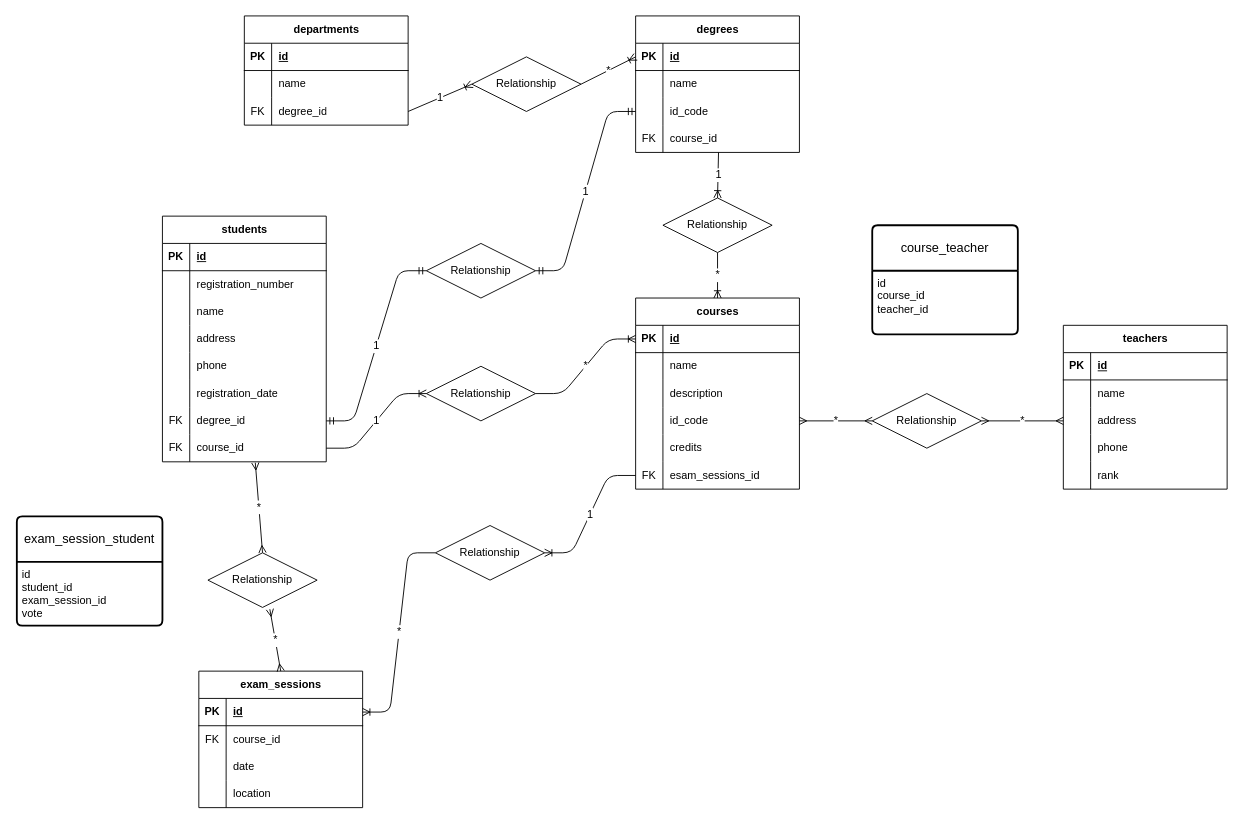
andrea-pugliatti/db-university keeps this draw.io diagram as DIAGRAM.drawio. Above is the earlier version. Source tidied: cells renumbered, new cells numbered last; positions are measured from the earlier drawing's top-left corner, leaving out a move shared by most shapes. Both pictures are drawn from the tidied source at 91%, with x=0, y=0 at pixel (16, 15).
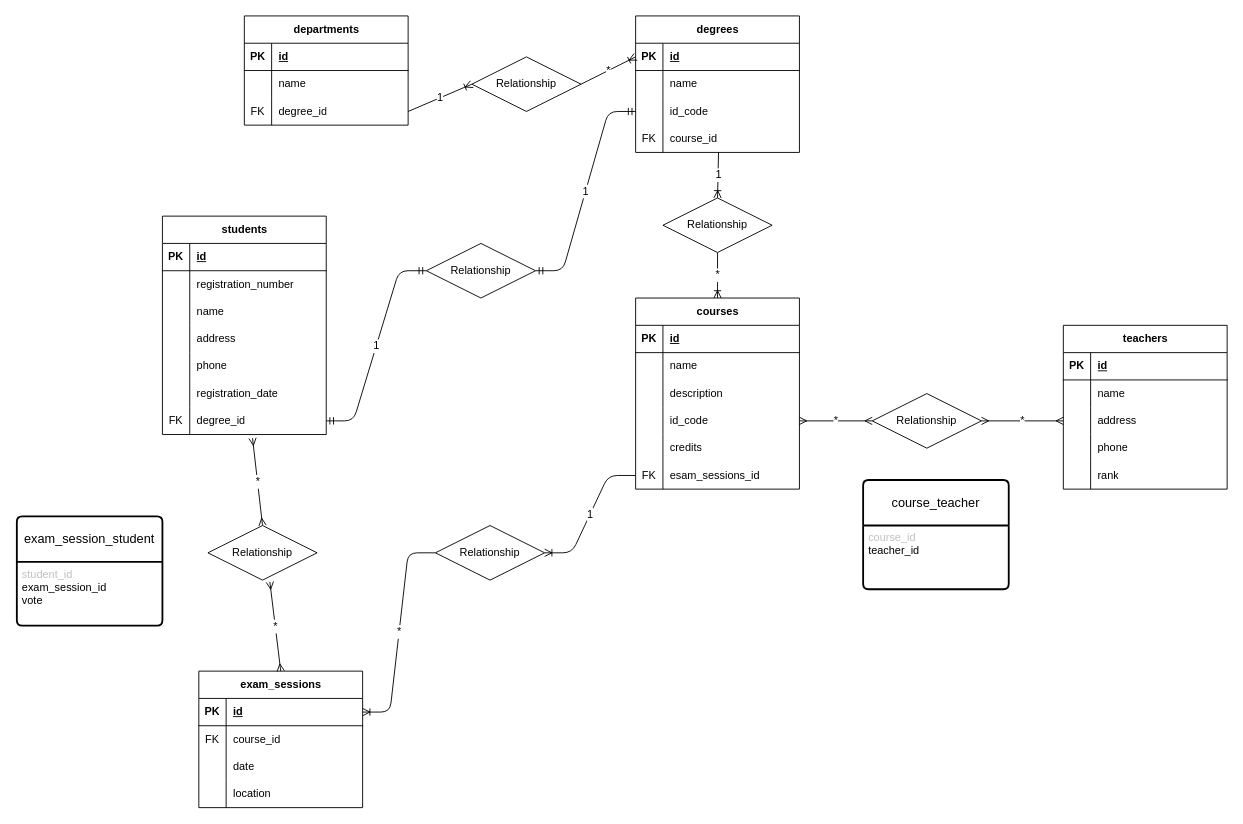
The same diagram, later.

Commit message (it also covers changes not shown here):
Remove relationship between course and student

Unchanged cells that the change refers to:
```xml
<mxCell id="26" style="shape=tableRow;horizontal=0;startSize=0;swimlaneHead=0;swimlaneBody=0;fillColor=none;points=[[0,0.5],[1,0.5]];portConstraint=eastwest;top=0;left=0;right=0;bottom=1;" parent="25" vertex="1">
  <mxGeometry y="30" width="180" height="30" as="geometry" />
</mxCell>
<mxCell id="94" style="shape=tableRow;horizontal=0;startSize=0;swimlaneHead=0;swimlaneBody=0;fillColor=none;points=[[0,0.5],[1,0.5]];portConstraint=eastwest;top=0;left=0;right=0;bottom=0;" parent="75" vertex="1">
  <mxGeometry y="210" width="180" height="30" as="geometry" />
</mxCell>
<mxCell id="100" value="exam_session_student" style="swimlane;horizontal=1;startSize=50;rounded=1;fontSize=14;fontStyle=0;strokeWidth=2;shadow=0;dashed=0;align=center;arcSize=4;whiteSpace=wrap;html=1;" parent="1" vertex="1">
  <mxGeometry y="550" width="160" height="120" as="geometry" />
</mxCell>
```

What changed in the source:
```diff
@@
     <mxCell id="60" value="course_teacher" style="swimlane;horizontal=1;startSize=50;rounded=1;fontSize=14;fontStyle=0;strokeWidth=2;shadow=0;dashed=0;align=center;arcSize=4;whiteSpace=wrap;html=1;" parent="1" vertex="1">
-      <mxGeometry x="940" y="230" width="160" height="120" as="geometry" />
+      <mxGeometry x="930" y="510" width="160" height="120" as="geometry" />
     </mxCell>
-    <mxCell id="61" value="id&lt;div&gt;course_id&lt;/div&gt;&lt;div&gt;teacher_id&lt;/div&gt;" style="align=left;strokeColor=none;fillColor=none;spacingLeft=4;fontSize=12;verticalAlign=top;html=1;" parent="60" vertex="1">
+    <mxCell id="61" value="&lt;span style=&quot;color: rgb(192, 192, 192); background-color: transparent;&quot;&gt;course_id&lt;/span&gt;&lt;div&gt;teacher_id&lt;/div&gt;" style="align=left;strokeColor=none;fillColor=none;spacingLeft=4;fontSize=12;verticalAlign=top;html=1;" parent="60" vertex="1">
       <mxGeometry y="50" width="160" height="70" as="geometry" />
     </mxCell>
@@
     <mxCell id="75" value="students" style="shape=table;startSize=30;childLayout=tableLayout;rowLines=0;fontStyle=1;align=center;html=1;" parent="1" vertex="1">
-      <mxGeometry x="160" y="220" width="180" height="270" as="geometry" />
+      <mxGeometry x="160" y="220" width="180" height="240" as="geometry" />
     </mxCell>
@@
-    <mxCell id="97" style="shape=tableRow;horizontal=0;startSize=0;swimlaneHead=0;swimlaneBody=0;fillColor=none;points=[[0,0.5],[1,0.5]];portConstraint=eastwest;top=0;left=0;right=0;bottom=0;" parent="75" vertex="1">
-      <mxGeometry y="240" width="180" height="30" as="geometry" />
-    </mxCell>
-    <mxCell id="98" value="FK" style="shape=partialRectangle;fillColor=none;top=0;left=0;bottom=0;right=0;overflow=hidden;whiteSpace=wrap;html=1;" parent="97" vertex="1">
-      <mxGeometry width="30" height="30" as="geometry" />
-    </mxCell>
-    <mxCell id="99" value="course_id" style="shape=partialRectangle;fillColor=none;top=0;left=0;bottom=0;right=0;align=left;spacingLeft=6;overflow=hidden;whiteSpace=wrap;html=1;" parent="97" vertex="1">
-      <mxGeometry x="30" width="150" height="30" as="geometry" />
-    </mxCell>
@@
-    <mxCell id="101" value="id&lt;div&gt;student_id&lt;/div&gt;&lt;div&gt;exam_session_id&lt;/div&gt;&lt;div&gt;vote&lt;/div&gt;" style="align=left;strokeColor=none;fillColor=none;spacingLeft=4;fontSize=12;verticalAlign=top;html=1;" parent="100" vertex="1">
+    <mxCell id="101" value="&lt;span style=&quot;color: rgb(192, 192, 192); background-color: transparent;&quot;&gt;student_id&lt;/span&gt;&lt;div&gt;exam_session_id&lt;/div&gt;&lt;div&gt;vote&lt;/div&gt;" style="align=left;strokeColor=none;fillColor=none;spacingLeft=4;fontSize=12;verticalAlign=top;html=1;" parent="100" vertex="1">
       <mxGeometry y="50" width="160" height="70" as="geometry" />
     </mxCell>
@@
-    <mxCell id="114" value="*" style="fontSize=12;html=1;endArrow=ERoneToMany;exitX=1;exitY=0.5;exitDx=0;exitDy=0;entryX=0;entryY=0.5;entryDx=0;entryDy=0;edgeStyle=entityRelationEdgeStyle;" parent="1" edge="1" source="116" target="26">
-      <mxGeometry relative="1" as="geometry" />
-    </mxCell>
-    <mxCell id="115" value="1" style="fontSize=12;html=1;endArrow=ERoneToMany;exitX=1;exitY=0.5;exitDx=0;exitDy=0;entryX=0;entryY=0.5;entryDx=0;entryDy=0;edgeStyle=entityRelationEdgeStyle;" parent="1" edge="1" source="97" target="116">
-      <mxGeometry relative="1" as="geometry" />
-    </mxCell>
-    <mxCell id="116" value="Relationship" style="shape=rhombus;perimeter=rhombusPerimeter;whiteSpace=wrap;html=1;align=center;" parent="1" vertex="1">
-      <mxGeometry x="450" y="385" width="120" height="60" as="geometry" />
-    </mxCell>
@@
-    <mxCell id="120" value="*" style="fontSize=12;html=1;endArrow=ERmany;startArrow=ERmany;entryX=0.567;entryY=1.033;entryDx=0;entryDy=0;entryPerimeter=0;exitX=0.5;exitY=0;exitDx=0;exitDy=0;" parent="1" edge="1" source="122" target="97">
+    <mxCell id="120" value="*" style="fontSize=12;html=1;endArrow=ERmany;startArrow=ERmany;entryX=0.55;entryY=1.133;entryDx=0;entryDy=0;entryPerimeter=0;exitX=0.5;exitY=0;exitDx=0;exitDy=0;" parent="1" edge="1" source="122" target="94">
       <mxGeometry relative="1" as="geometry" />
     </mxCell>
@@
     <mxCell id="122" value="Relationship" style="shape=rhombus;perimeter=rhombusPerimeter;whiteSpace=wrap;html=1;align=center;" parent="1" vertex="1">
-      <mxGeometry x="210" y="590" width="120" height="60" as="geometry" />
+      <mxGeometry x="210" y="560" width="120" height="60" as="geometry" />
     </mxCell>
```
